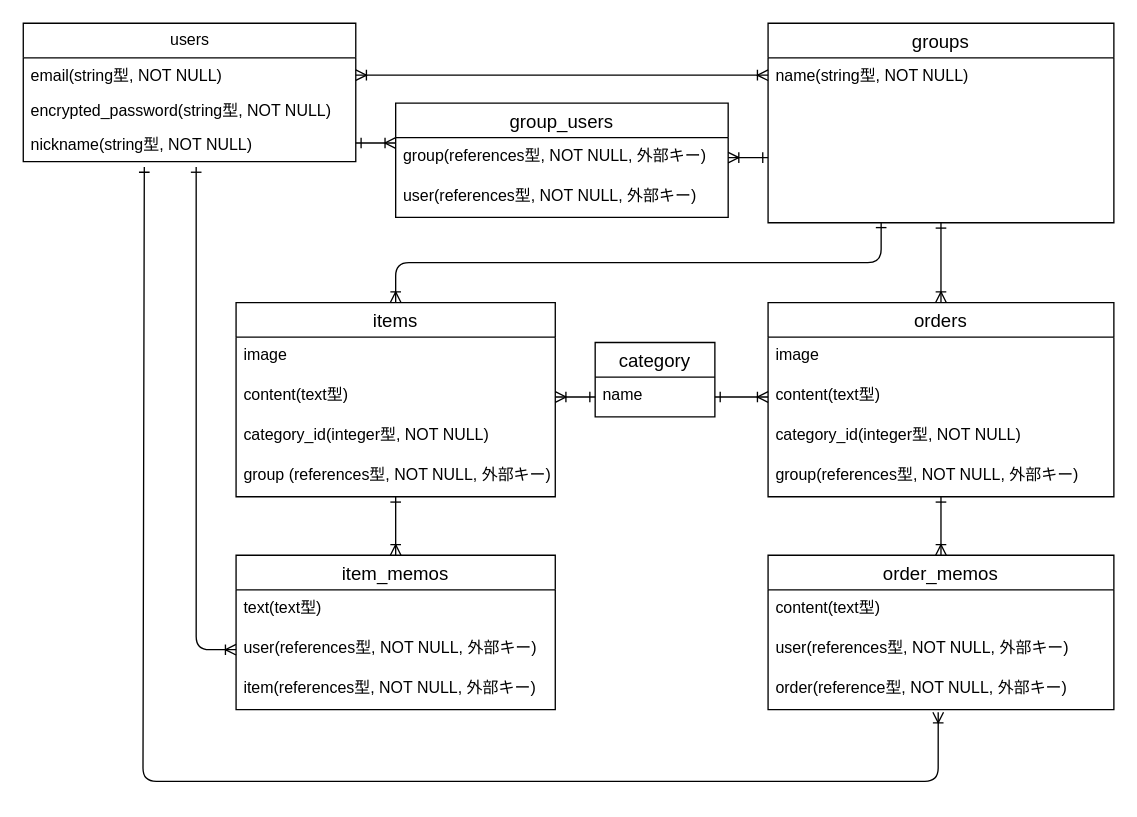
Earlier version of the draw.io diagram kauzo.drawio (komafuji820/kauzo). Source tidied: cells renumbered, new cells numbered last; positions are measured from the earlier drawing's top-left corner, leaving out a move shared by most shapes. Both pictures are drawn from the tidied source at 133%, with x=0, y=0 at pixel (23, 23).
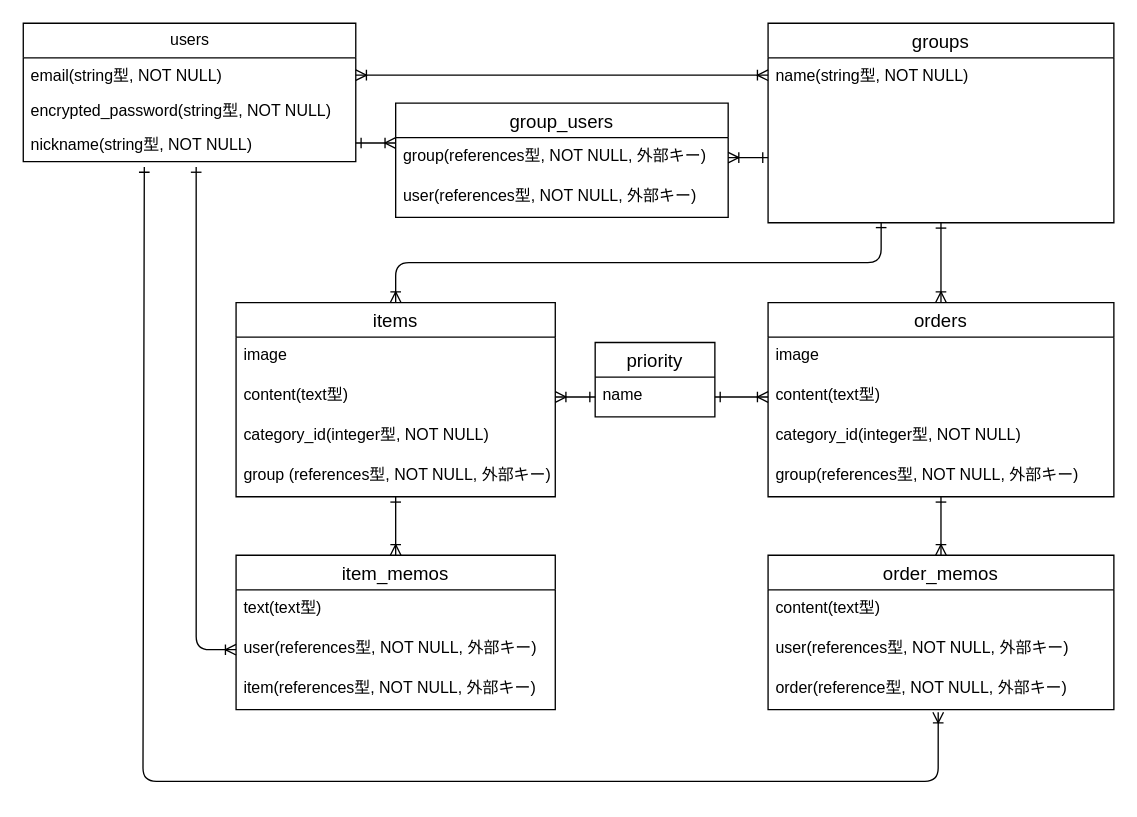
After the change.

Change to the diagram source:
```diff
@@
-    <mxCell id="23" value="category" style="swimlane;fontStyle=0;horizontal=1;startSize=26;align=center;fontSize=14;" parent="1" vertex="1">
+    <mxCell id="23" value="priority" style="swimlane;fontStyle=0;horizontal=1;startSize=26;align=center;fontSize=14;" parent="1" vertex="1">
       <mxGeometry x="430" y="240" width="90" height="56" as="geometry" />
     </mxCell>
```
